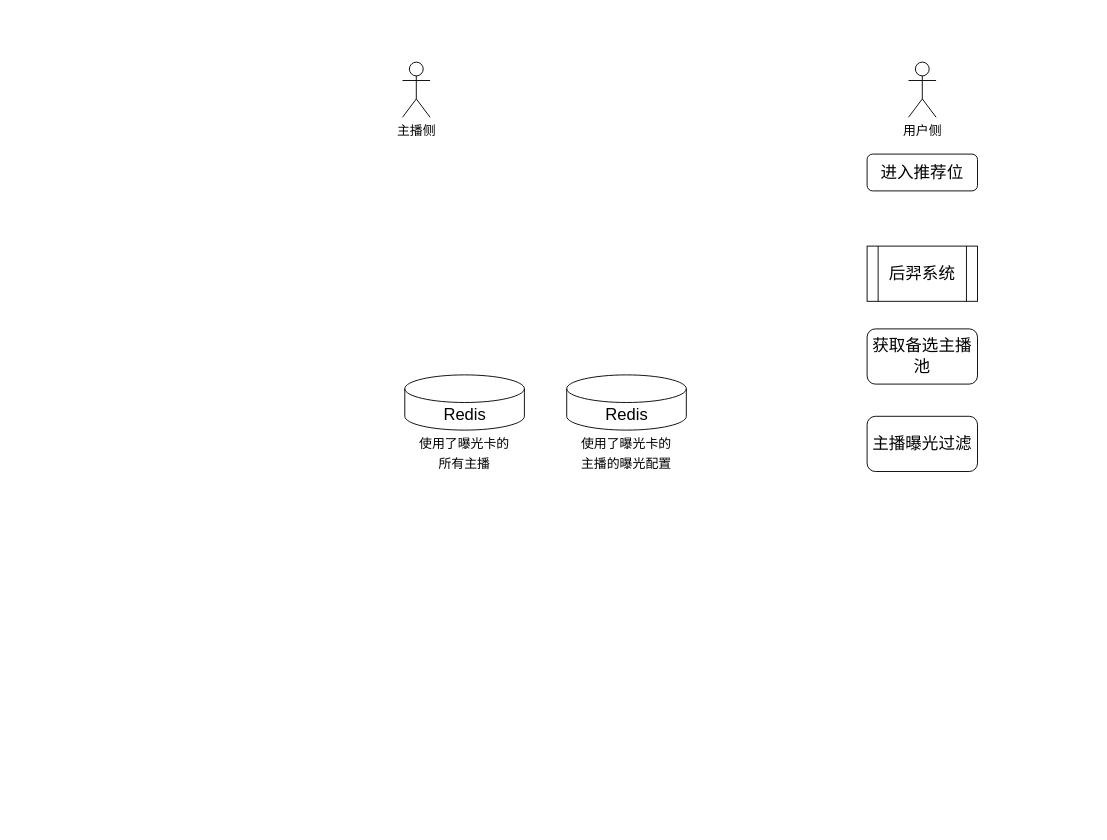
hongweilv-whu/flowCharts keeps this draw.io diagram as 后羿接曝光卡.drawio. Above is the earlier version. Source tidied: cells renumbered, new cells numbered last; positions are measured from the earlier drawing's top-left corner, leaving out a move shared by most shapes. Both pictures are drawn from the tidied source at 92%, with x=0, y=0 at pixel (402, 62).
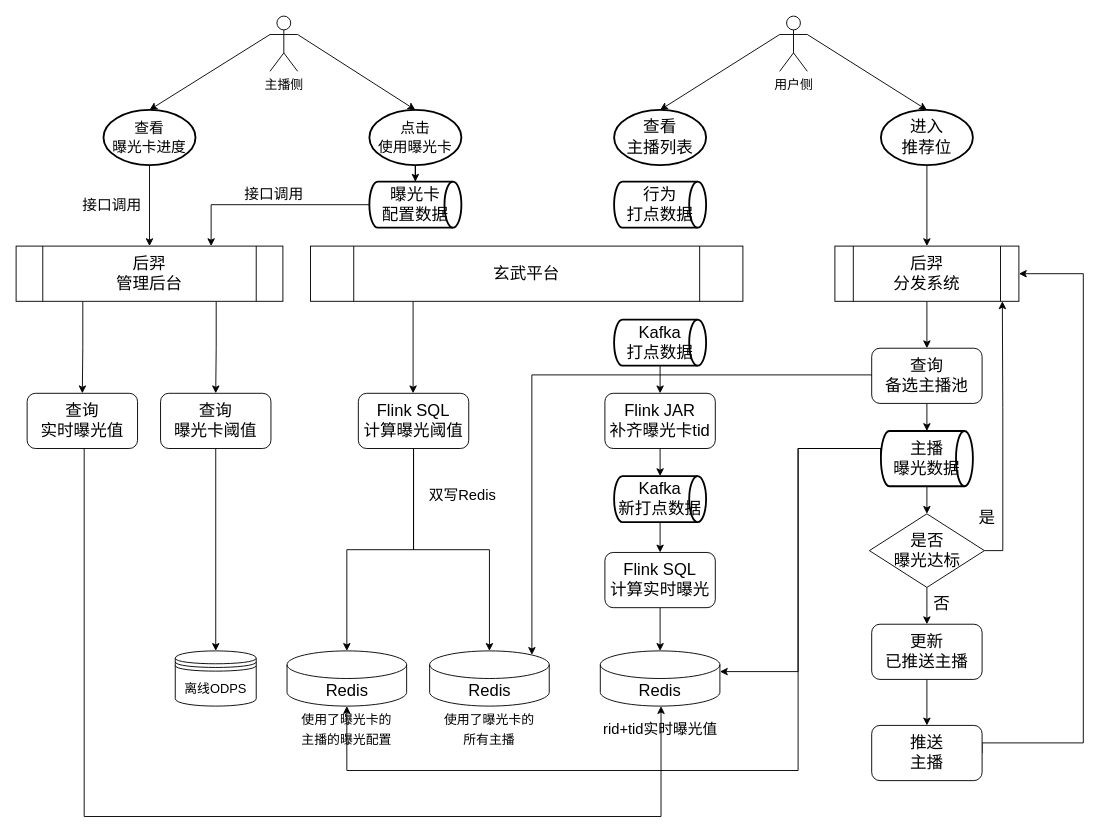
Above is the later version.

Commit message:
Update 后羿接曝光卡.drawio

The change refers to these unchanged cells:
```xml
<mxCell id="8" value="Redis" style="shape=cylinder3;whiteSpace=wrap;html=1;boundedLbl=1;backgroundOutline=1;size=15;fontSize=18;" parent="7" vertex="1">
  <mxGeometry x="2.5" width="130" height="60" as="geometry" />
</mxCell>
<mxCell id="12" value="Redis" style="shape=cylinder3;whiteSpace=wrap;html=1;boundedLbl=1;backgroundOutline=1;size=15;fontSize=18;" parent="11" vertex="1">
  <mxGeometry x="2.5" width="130" height="60" as="geometry" />
</mxCell>
```

Change to the diagram source:
```diff
@@
+    <mxCell id="14" style="edgeStyle=orthogonalEdgeStyle;rounded=0;jettySize=auto;html=1;exitX=0;exitY=0.5;exitDx=0;exitDy=0;exitPerimeter=0;entryX=0.5;entryY=1;entryDx=0;entryDy=0;entryPerimeter=0;fontSize=16;" parent="1" edge="1" source="49" target="12">
+      <mxGeometry relative="1" as="geometry">
+        <Array as="points">
+          <mxPoint x="430" y="420" />
+          <mxPoint x="430" y="770" />
+          <mxPoint x="-60" y="770" />
+          <mxPoint x="-60" y="700" />
+        </Array>
+      </mxGeometry>
+    </mxCell>
+    <mxCell id="15" style="edgeStyle=orthogonalEdgeStyle;rounded=0;jettySize=auto;html=1;exitX=0.5;exitY=1;exitDx=0;exitDy=0;fontSize=16;" parent="1" edge="1" source="68">
+      <mxGeometry relative="1" as="geometry">
+        <mxPoint x="281" y="700" as="targetPoint" />
+        <Array as="points">
+          <mxPoint x="-346" y="820" />
+          <mxPoint x="281" y="820" />
+        </Array>
+      </mxGeometry>
+    </mxCell>
+    <mxCell id="16" style="edgeStyle=none;rounded=0;jettySize=auto;html=1;exitX=1;exitY=0.3333333333333333;exitDx=0;exitDy=0;exitPerimeter=0;entryX=0.5;entryY=0;entryDx=0;entryDy=0;entryPerimeter=0;fontSize=16;" parent="1" edge="1" source="2" target="43">
+      <mxGeometry relative="1" as="geometry" />
+    </mxCell>
+    <mxCell id="17" style="edgeStyle=none;rounded=0;jettySize=auto;html=1;exitX=0;exitY=0.3333333333333333;exitDx=0;exitDy=0;exitPerimeter=0;entryX=0.5;entryY=0;entryDx=0;entryDy=0;entryPerimeter=0;fontSize=16;" parent="1" edge="1" source="2" target="45">
+      <mxGeometry relative="1" as="geometry" />
+    </mxCell>
     <mxCell id="2" value="&lt;font style=&quot;font-size: 14px;&quot;&gt;主播侧&lt;/font&gt;" style="shape=umlActor;verticalLabelPosition=bottom;verticalAlign=top;html=1;outlineConnect=0;" parent="1" vertex="1">
-      <mxGeometry width="30" height="60" as="geometry" />
+      <mxGeometry x="-144" y="-50" width="30" height="60" as="geometry" />
     </mxCell>
+    <mxCell id="18" style="rounded=0;jettySize=auto;html=1;exitX=1;exitY=0.3333333333333333;exitDx=0;exitDy=0;exitPerimeter=0;entryX=0.5;entryY=0;entryDx=0;entryDy=0;entryPerimeter=0;fontSize=16;" parent="1" edge="1" source="3" target="41">
+      <mxGeometry relative="1" as="geometry" />
+    </mxCell>
+    <mxCell id="19" style="edgeStyle=none;rounded=0;jettySize=auto;html=1;exitX=0;exitY=0.3333333333333333;exitDx=0;exitDy=0;exitPerimeter=0;entryX=0.5;entryY=0;entryDx=0;entryDy=0;entryPerimeter=0;fontSize=16;" parent="1" edge="1" source="3" target="46">
+      <mxGeometry relative="1" as="geometry" />
+    </mxCell>
     <mxCell id="3" value="&lt;font style=&quot;font-size: 14px;&quot;&gt;用户侧&lt;/font&gt;" style="shape=umlActor;verticalLabelPosition=bottom;verticalAlign=top;html=1;outlineConnect=0;" parent="1" vertex="1">
-      <mxGeometry x="550" width="30" height="60" as="geometry" />
+      <mxGeometry x="410" y="-50" width="30" height="60" as="geometry" />
     </mxCell>
-    <mxCell id="4" value="&lt;font style=&quot;font-size: 18px;&quot;&gt;进入推荐位&lt;/font&gt;" style="rounded=1;whiteSpace=wrap;html=1;fontSize=14;" parent="1" vertex="1">
-      <mxGeometry x="505" y="100" width="120" height="40" as="geometry" />
-    </mxCell>
+    <mxCell id="20" style="edgeStyle=orthogonalEdgeStyle;rounded=0;jettySize=auto;html=1;exitX=0.5;exitY=1;exitDx=0;exitDy=0;entryX=0.5;entryY=0;entryDx=0;entryDy=0;fontSize=18;" parent="1" edge="1" source="5" target="6">
+      <mxGeometry relative="1" as="geometry" />
+    </mxCell>
-    <mxCell id="5" value="后羿系统" style="shape=process;whiteSpace=wrap;html=1;backgroundOutline=1;fontSize=18;" parent="1" vertex="1">
-      <mxGeometry x="505" y="200" width="120" height="60" as="geometry" />
+    <mxCell id="5" value="后羿&lt;br&gt;分发系统" style="shape=process;whiteSpace=wrap;html=1;backgroundOutline=1;fontSize=18;" parent="1" vertex="1">
+      <mxGeometry x="470" y="200" width="200" height="60" as="geometry" />
     </mxCell>
+    <mxCell id="21" style="edgeStyle=orthogonalEdgeStyle;rounded=0;jettySize=auto;html=1;exitX=0.5;exitY=1;exitDx=0;exitDy=0;entryX=0.5;entryY=0;entryDx=0;entryDy=0;entryPerimeter=0;fontSize=18;" parent="1" edge="1" source="6" target="49">
+      <mxGeometry relative="1" as="geometry" />
+    </mxCell>
+    <mxCell id="22" style="edgeStyle=orthogonalEdgeStyle;rounded=0;jettySize=auto;html=1;exitX=0;exitY=0.5;exitDx=0;exitDy=0;entryX=0.855;entryY=0;entryDx=0;entryDy=4.35;entryPerimeter=0;fontSize=16;" parent="1" edge="1" source="6" target="8">
+      <mxGeometry relative="1" as="geometry">
+        <Array as="points">
+          <mxPoint x="510" y="340" />
+          <mxPoint x="141" y="340" />
+        </Array>
+      </mxGeometry>
+    </mxCell>
-    <mxCell id="6" value="&lt;span style=&quot;font-size: 18px;&quot;&gt;获取备选主播池&lt;/span&gt;" style="rounded=1;whiteSpace=wrap;html=1;fontSize=14;" parent="1" vertex="1">
-      <mxGeometry x="505" y="290" width="120" height="60" as="geometry" />
+    <mxCell id="6" value="&lt;span style=&quot;font-size: 18px;&quot;&gt;查询&lt;br&gt;备选主播池&lt;/span&gt;" style="rounded=1;whiteSpace=wrap;html=1;fontSize=14;" parent="1" vertex="1">
+      <mxGeometry x="510" y="311" width="120" height="60" as="geometry" />
     </mxCell>
     <mxCell id="7" style="group;" parent="1" vertex="1">
-      <mxGeometry y="340" width="135" height="100" as="geometry" />
+      <mxGeometry x="27" y="640" width="135" height="100" as="geometry" />
     </mxCell>
@@
-    <mxCell id="10" value="&lt;span style=&quot;font-size: 18px;&quot;&gt;主播曝光过滤&lt;/span&gt;" style="rounded=1;whiteSpace=wrap;html=1;fontSize=14;" parent="1" vertex="1">
-      <mxGeometry x="505" y="385" width="120" height="60" as="geometry" />
-    </mxCell>
     <mxCell id="11" style="group;" parent="1" vertex="1">
-      <mxGeometry x="176" y="340" width="135" height="100" as="geometry" />
+      <mxGeometry x="-128" y="640" width="135" height="100" as="geometry" />
     </mxCell>
@@
+    <mxCell id="23" style="group;" parent="1" vertex="1">
+      <mxGeometry x="212.5" y="640" width="135" height="100" as="geometry" />
+    </mxCell>
+    <mxCell id="24" value="Redis" style="shape=cylinder3;whiteSpace=wrap;html=1;boundedLbl=1;backgroundOutline=1;size=15;fontSize=18;" parent="23" vertex="1">
+      <mxGeometry x="2.5" width="130" height="60" as="geometry" />
+    </mxCell>
+    <mxCell id="25" value="&lt;font style=&quot;font-size: 16px;&quot;&gt;rid+tid实时曝光值&lt;/font&gt;" style="text;html=1;strokeColor=none;fillColor=none;align=center;verticalAlign=middle;whiteSpace=wrap;rounded=0;fontSize=18;" parent="23" vertex="1">
+      <mxGeometry x="0.5" y="70" width="135" height="30" as="geometry" />
+    </mxCell>
+    <mxCell id="26" style="edgeStyle=orthogonalEdgeStyle;rounded=0;jettySize=auto;html=1;exitX=0.5;exitY=1;exitDx=0;exitDy=0;fontSize=18;" parent="1" edge="1" source="28" target="30">
+      <mxGeometry relative="1" as="geometry" />
+    </mxCell>
+    <mxCell id="27" style="edgeStyle=orthogonalEdgeStyle;rounded=0;jettySize=auto;html=1;exitX=1;exitY=0.5;exitDx=0;exitDy=0;entryX=0.91;entryY=1;entryDx=0;entryDy=0;entryPerimeter=0;fontSize=18;" parent="1" edge="1" source="28" target="5">
+      <mxGeometry relative="1" as="geometry" />
+    </mxCell>
+    <mxCell id="28" value="&lt;font style=&quot;font-size: 18px;&quot;&gt;是否&lt;br&gt;曝光达标&lt;/font&gt;" style="rhombus;whiteSpace=wrap;html=1;fontSize=14;" parent="1" vertex="1">
+      <mxGeometry x="507.5" y="491" width="125" height="80" as="geometry" />
+    </mxCell>
+    <mxCell id="29" style="edgeStyle=orthogonalEdgeStyle;rounded=0;jettySize=auto;html=1;exitX=0.5;exitY=1;exitDx=0;exitDy=0;entryX=0.5;entryY=0;entryDx=0;entryDy=0;fontSize=18;" parent="1" edge="1" source="30" target="32">
+      <mxGeometry relative="1" as="geometry" />
+    </mxCell>
+    <mxCell id="30" value="&lt;span style=&quot;font-size: 18px;&quot;&gt;更新&lt;br&gt;&lt;/span&gt;&lt;span style=&quot;font-size: 18px;&quot;&gt;已推送主播&lt;/span&gt;" style="rounded=1;whiteSpace=wrap;html=1;fontSize=14;" parent="1" vertex="1">
+      <mxGeometry x="510" y="611" width="120" height="60" as="geometry" />
+    </mxCell>
+    <mxCell id="31" style="edgeStyle=orthogonalEdgeStyle;rounded=0;jettySize=auto;html=1;exitX=1;exitY=0.5;exitDx=0;exitDy=0;entryX=1;entryY=0.5;entryDx=0;entryDy=0;fontSize=18;" parent="1" edge="1" source="32" target="5">
+      <mxGeometry relative="1" as="geometry">
+        <Array as="points">
+          <mxPoint x="740" y="740" />
+          <mxPoint x="740" y="230" />
+        </Array>
+      </mxGeometry>
+    </mxCell>
+    <mxCell id="32" value="&lt;span style=&quot;font-size: 18px;&quot;&gt;推送&lt;br&gt;主播&lt;/span&gt;" style="rounded=1;whiteSpace=wrap;html=1;fontSize=14;" parent="1" vertex="1">
+      <mxGeometry x="510" y="721" width="120" height="60" as="geometry" />
+    </mxCell>
+    <mxCell id="33" style="edgeStyle=orthogonalEdgeStyle;rounded=0;jettySize=auto;html=1;exitX=0.5;exitY=1;exitDx=0;exitDy=0;entryX=0.5;entryY=0;entryDx=0;entryDy=0;entryPerimeter=0;fontSize=18;" parent="1" edge="1" source="34" target="55">
+      <mxGeometry relative="1" as="geometry" />
+    </mxCell>
+    <mxCell id="34" value="&lt;span style=&quot;font-size: 18px;&quot;&gt;Flink JAR&lt;br&gt;补齐曝光卡tid&lt;br&gt;&lt;/span&gt;" style="rounded=1;whiteSpace=wrap;html=1;fontSize=14;" parent="1" vertex="1">
+      <mxGeometry x="220" y="360" width="120" height="60" as="geometry" />
+    </mxCell>
+    <mxCell id="35" style="edgeStyle=orthogonalEdgeStyle;rounded=0;jettySize=auto;html=1;exitX=0.5;exitY=1;exitDx=0;exitDy=0;entryX=0.5;entryY=0;entryDx=0;entryDy=0;entryPerimeter=0;fontSize=18;" parent="1" edge="1" source="36" target="24">
+      <mxGeometry relative="1" as="geometry" />
+    </mxCell>
+    <mxCell id="36" value="&lt;span style=&quot;font-size: 18px;&quot;&gt;Flink SQL&lt;br&gt;计算实时曝光&lt;br&gt;&lt;/span&gt;" style="rounded=1;whiteSpace=wrap;html=1;fontSize=14;" parent="1" vertex="1">
+      <mxGeometry x="220" y="533" width="120" height="60" as="geometry" />
+    </mxCell>
+    <mxCell id="37" value="&lt;font style=&quot;font-size: 14px;&quot;&gt;离线ODPS&lt;/font&gt;" style="shape=datastore;whiteSpace=wrap;html=1;fontSize=18;" parent="1" vertex="1">
+      <mxGeometry x="-247" y="640" width="88" height="60" as="geometry" />
+    </mxCell>
+    <mxCell id="38" style="edgeStyle=orthogonalEdgeStyle;rounded=0;jettySize=auto;html=1;exitX=0.25;exitY=1;exitDx=0;exitDy=0;fontSize=16;" parent="1" edge="1" target="61">
+      <mxGeometry relative="1" as="geometry">
+        <mxPoint x="11.5" y="260" as="sourcePoint" />
+      </mxGeometry>
+    </mxCell>
+    <mxCell id="39" value="玄武平台" style="shape=process;whiteSpace=wrap;html=1;backgroundOutline=1;fontSize=18;" parent="1" vertex="1">
+      <mxGeometry x="-100" y="200" width="470" height="60" as="geometry" />
+    </mxCell>
+    <mxCell id="40" style="edgeStyle=orthogonalEdgeStyle;rounded=0;jettySize=auto;html=1;exitX=0.5;exitY=1;exitDx=0;exitDy=0;exitPerimeter=0;fontSize=18;" parent="1" edge="1" source="41" target="5">
+      <mxGeometry relative="1" as="geometry" />
+    </mxCell>
+    <mxCell id="41" value="&lt;font style=&quot;font-size: 18px;&quot;&gt;进入&lt;br&gt;推荐位&lt;/font&gt;" style="strokeWidth=2;html=1;shape=mxgraph.flowchart.start_1;whiteSpace=wrap;fontSize=14;" parent="1" vertex="1">
+      <mxGeometry x="520" y="52" width="100" height="60" as="geometry" />
+    </mxCell>
+    <mxCell id="42" style="edgeStyle=orthogonalEdgeStyle;rounded=0;jettySize=auto;html=1;exitX=0.5;exitY=1;exitDx=0;exitDy=0;exitPerimeter=0;fontSize=16;" parent="1" edge="1" source="43" target="57">
+      <mxGeometry relative="1" as="geometry" />
+    </mxCell>
+    <mxCell id="43" value="&lt;font style=&quot;font-size: 16px;&quot;&gt;点击&lt;br style=&quot;&quot;&gt;使用曝光卡&lt;/font&gt;" style="strokeWidth=2;html=1;shape=mxgraph.flowchart.start_1;whiteSpace=wrap;fontSize=14;" parent="1" vertex="1">
+      <mxGeometry x="-36" y="52" width="100" height="60" as="geometry" />
+    </mxCell>
+    <mxCell id="44" style="edgeStyle=orthogonalEdgeStyle;rounded=0;jettySize=auto;html=1;exitX=0.5;exitY=1;exitDx=0;exitDy=0;exitPerimeter=0;fontSize=16;" parent="1" edge="1" source="45" target="65">
+      <mxGeometry relative="1" as="geometry" />
+    </mxCell>
+    <mxCell id="45" value="&lt;font style=&quot;font-size: 16px;&quot;&gt;查看&lt;br style=&quot;&quot;&gt;曝光卡进度&lt;/font&gt;" style="strokeWidth=2;html=1;shape=mxgraph.flowchart.start_1;whiteSpace=wrap;fontSize=14;" parent="1" vertex="1">
+      <mxGeometry x="-325" y="52" width="100" height="60" as="geometry" />
+    </mxCell>
+    <mxCell id="46" value="&lt;font style=&quot;font-size: 18px;&quot;&gt;查看&lt;br&gt;主播列表&lt;br&gt;&lt;/font&gt;" style="strokeWidth=2;html=1;shape=mxgraph.flowchart.start_1;whiteSpace=wrap;fontSize=14;" parent="1" vertex="1">
+      <mxGeometry x="230" y="52" width="100" height="60" as="geometry" />
+    </mxCell>
+    <mxCell id="47" style="edgeStyle=orthogonalEdgeStyle;rounded=0;jettySize=auto;html=1;exitX=0.5;exitY=1;exitDx=0;exitDy=0;exitPerimeter=0;entryX=0.5;entryY=0;entryDx=0;entryDy=0;fontSize=18;" parent="1" edge="1" source="49" target="28">
+      <mxGeometry relative="1" as="geometry" />
+    </mxCell>
+    <mxCell id="48" style="edgeStyle=orthogonalEdgeStyle;rounded=0;jettySize=auto;html=1;exitX=0;exitY=0.5;exitDx=0;exitDy=0;exitPerimeter=0;entryX=1;entryY=0;entryDx=0;entryDy=22.5;entryPerimeter=0;fontSize=16;" parent="1" edge="1" source="49" target="24">
+      <mxGeometry relative="1" as="geometry">
+        <Array as="points">
+          <mxPoint x="430" y="420" />
+          <mxPoint x="430" y="663" />
+        </Array>
+      </mxGeometry>
+    </mxCell>
+    <mxCell id="49" value="&lt;font style=&quot;font-size: 18px;&quot;&gt;主播&lt;br&gt;曝光数据&lt;/font&gt;" style="strokeWidth=2;html=1;shape=mxgraph.flowchart.direct_data;whiteSpace=wrap;fontSize=16;" parent="1" vertex="1">
+      <mxGeometry x="520" y="401" width="100" height="60" as="geometry" />
+    </mxCell>
+    <mxCell id="50" value="否" style="text;html=1;align=center;verticalAlign=middle;strokeColor=none;fillColor=none;fontSize=18;" parent="1" vertex="1">
+      <mxGeometry x="571" y="574" width="30" height="30" as="geometry" />
+    </mxCell>
+    <mxCell id="51" value="是" style="text;html=1;align=center;verticalAlign=middle;strokeColor=none;fillColor=none;fontSize=18;" parent="1" vertex="1">
+      <mxGeometry x="620" y="481" width="30" height="30" as="geometry" />
+    </mxCell>
+    <mxCell id="52" style="edgeStyle=orthogonalEdgeStyle;rounded=0;jettySize=auto;html=1;exitX=0.5;exitY=1;exitDx=0;exitDy=0;exitPerimeter=0;entryX=0.5;entryY=0;entryDx=0;entryDy=0;fontSize=18;" parent="1" edge="1" source="53" target="34">
+      <mxGeometry relative="1" as="geometry" />
+    </mxCell>
+    <mxCell id="53" value="&lt;span style=&quot;font-size: 18px;&quot;&gt;Kafka&lt;br&gt;打点数据&lt;/span&gt;" style="strokeWidth=2;html=1;shape=mxgraph.flowchart.direct_data;whiteSpace=wrap;fontSize=16;" parent="1" vertex="1">
+      <mxGeometry x="230" y="280" width="100" height="50" as="geometry" />
+    </mxCell>
+    <mxCell id="54" style="edgeStyle=orthogonalEdgeStyle;rounded=0;jettySize=auto;html=1;exitX=0.5;exitY=1;exitDx=0;exitDy=0;exitPerimeter=0;entryX=0.5;entryY=0;entryDx=0;entryDy=0;fontSize=18;" parent="1" edge="1" source="55" target="36">
+      <mxGeometry relative="1" as="geometry" />
+    </mxCell>
+    <mxCell id="55" value="&lt;span style=&quot;font-size: 18px;&quot;&gt;Kafka&lt;br&gt;新打点数据&lt;/span&gt;" style="strokeWidth=2;html=1;shape=mxgraph.flowchart.direct_data;whiteSpace=wrap;fontSize=16;" parent="1" vertex="1">
+      <mxGeometry x="230" y="450" width="100" height="50" as="geometry" />
+    </mxCell>
+    <mxCell id="56" style="edgeStyle=orthogonalEdgeStyle;rounded=0;jettySize=auto;html=1;exitX=0;exitY=0.5;exitDx=0;exitDy=0;exitPerimeter=0;entryX=0.731;entryY=0;entryDx=0;entryDy=0;entryPerimeter=0;fontSize=16;" parent="1" edge="1" source="57" target="65">
+      <mxGeometry relative="1" as="geometry" />
+    </mxCell>
+    <mxCell id="57" value="&lt;span style=&quot;font-size: 18px;&quot;&gt;曝光卡&lt;br&gt;配置数据&lt;/span&gt;" style="strokeWidth=2;html=1;shape=mxgraph.flowchart.direct_data;whiteSpace=wrap;fontSize=16;" parent="1" vertex="1">
+      <mxGeometry x="-36" y="130" width="100" height="50" as="geometry" />
+    </mxCell>
+    <mxCell id="58" value="&lt;span style=&quot;font-size: 18px;&quot;&gt;行为&lt;br&gt;打点数据&lt;/span&gt;" style="strokeWidth=2;html=1;shape=mxgraph.flowchart.direct_data;whiteSpace=wrap;fontSize=16;" parent="1" vertex="1">
+      <mxGeometry x="230" y="130" width="100" height="50" as="geometry" />
+    </mxCell>
+    <mxCell id="59" style="edgeStyle=orthogonalEdgeStyle;rounded=0;jettySize=auto;html=1;exitX=0.5;exitY=1;exitDx=0;exitDy=0;fontSize=16;" parent="1" edge="1" source="61" target="12">
+      <mxGeometry relative="1" as="geometry" />
+    </mxCell>
+    <mxCell id="60" style="edgeStyle=orthogonalEdgeStyle;rounded=0;jettySize=auto;html=1;exitX=0.5;exitY=1;exitDx=0;exitDy=0;entryX=0.5;entryY=0;entryDx=0;entryDy=0;entryPerimeter=0;fontSize=16;" parent="1" edge="1" source="61" target="8">
+      <mxGeometry relative="1" as="geometry" />
+    </mxCell>
+    <mxCell id="61" value="&lt;span style=&quot;font-size: 18px;&quot;&gt;Flink SQL&lt;br&gt;计算曝光阈值&lt;br&gt;&lt;/span&gt;" style="rounded=1;whiteSpace=wrap;html=1;fontSize=14;" parent="1" vertex="1">
+      <mxGeometry x="-48" y="360" width="120" height="60" as="geometry" />
+    </mxCell>
+    <mxCell id="62" value="双写Redis" style="text;html=1;align=center;verticalAlign=middle;strokeColor=none;fillColor=none;fontSize=16;" parent="1" vertex="1">
+      <mxGeometry x="20" y="460" width="90" height="20" as="geometry" />
+    </mxCell>
+    <mxCell id="63" style="edgeStyle=orthogonalEdgeStyle;rounded=0;jettySize=auto;html=1;exitX=0.25;exitY=1;exitDx=0;exitDy=0;entryX=0.5;entryY=0;entryDx=0;entryDy=0;fontSize=16;" parent="1" edge="1" source="65" target="68">
+      <mxGeometry relative="1" as="geometry" />
+    </mxCell>
+    <mxCell id="64" style="edgeStyle=orthogonalEdgeStyle;rounded=0;jettySize=auto;html=1;exitX=0.75;exitY=1;exitDx=0;exitDy=0;fontSize=16;" parent="1" edge="1" source="65" target="67">
+      <mxGeometry relative="1" as="geometry" />
+    </mxCell>
+    <mxCell id="65" value="后羿&lt;br&gt;管理后台" style="shape=process;whiteSpace=wrap;html=1;backgroundOutline=1;fontSize=18;" parent="1" vertex="1">
+      <mxGeometry x="-420" y="200" width="290" height="60" as="geometry" />
+    </mxCell>
+    <mxCell id="66" style="edgeStyle=orthogonalEdgeStyle;rounded=0;jettySize=auto;html=1;exitX=0.5;exitY=1;exitDx=0;exitDy=0;fontSize=16;" parent="1" edge="1" source="67" target="37">
+      <mxGeometry relative="1" as="geometry" />
+    </mxCell>
+    <mxCell id="67" value="&lt;span style=&quot;font-size: 18px;&quot;&gt;查询&lt;br&gt;曝光卡阈值&lt;br&gt;&lt;/span&gt;" style="rounded=1;whiteSpace=wrap;html=1;fontSize=14;" parent="1" vertex="1">
+      <mxGeometry x="-263" y="360" width="120" height="60" as="geometry" />
+    </mxCell>
+    <mxCell id="68" value="&lt;span style=&quot;font-size: 18px;&quot;&gt;查询&lt;br&gt;实时曝光值&lt;br&gt;&lt;/span&gt;" style="rounded=1;whiteSpace=wrap;html=1;fontSize=14;" parent="1" vertex="1">
+      <mxGeometry x="-408" y="360" width="120" height="60" as="geometry" />
+    </mxCell>
+    <mxCell id="69" value="接口调用" style="text;html=1;align=center;verticalAlign=middle;strokeColor=none;fillColor=none;fontSize=16;" parent="1" vertex="1">
+      <mxGeometry x="-180" y="133" width="80" height="20" as="geometry" />
+    </mxCell>
+    <mxCell id="70" value="接口调用" style="text;html=1;align=center;verticalAlign=middle;strokeColor=none;fillColor=none;fontSize=16;" parent="1" vertex="1">
+      <mxGeometry x="-356" y="145" width="80" height="20" as="geometry" />
+    </mxCell>
```
